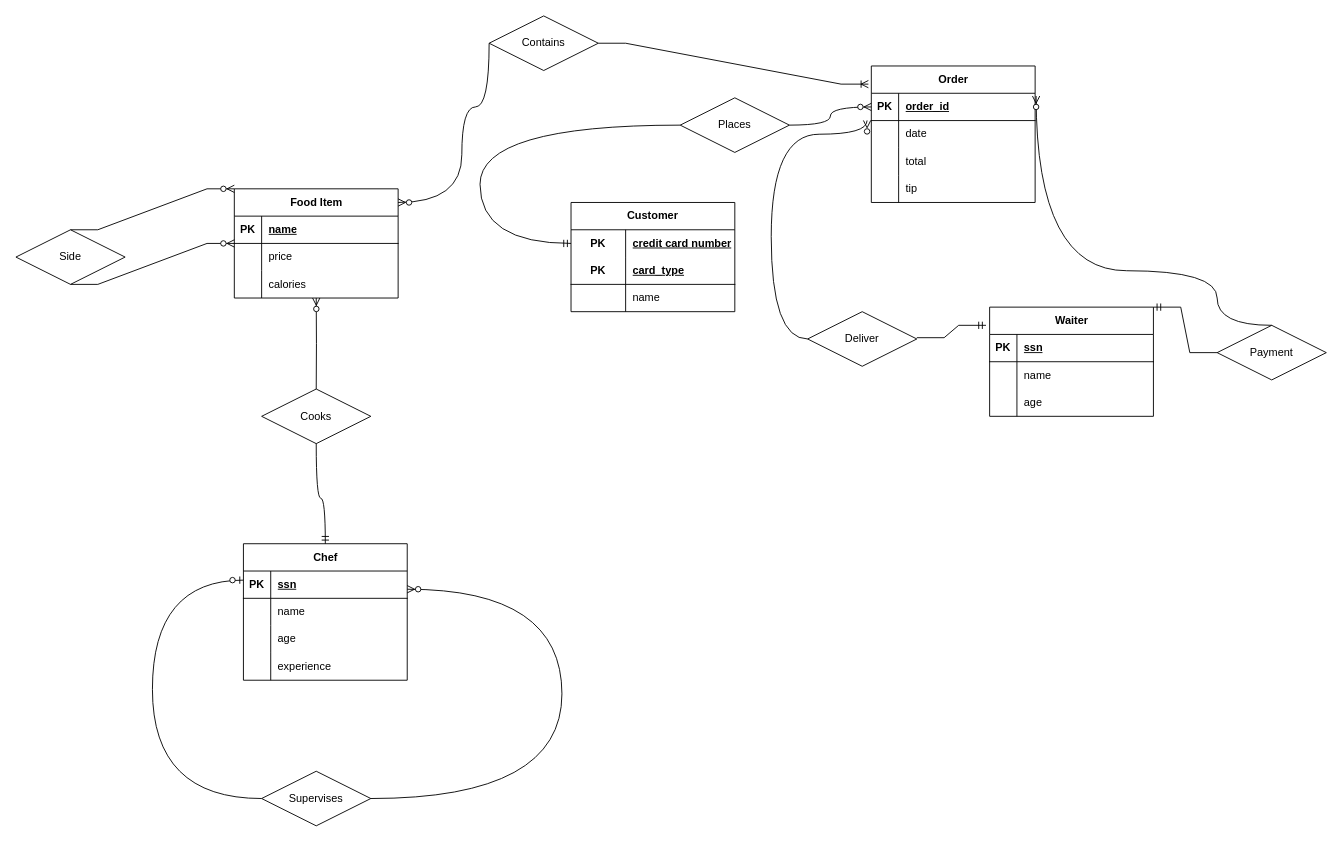
Above: page "Page-1" (1 of 6) of Untitled Diagram.drawio in devanshkhandelwal/cs348 (draw.io), before the change. Source tidied: cells renumbered, new cells numbered last; positions are measured from the earlier drawing's top-left corner, leaving out a move shared by most shapes. Both pictures are drawn from the tidied source at 91%, with x=0, y=0 at pixel (15, 15).
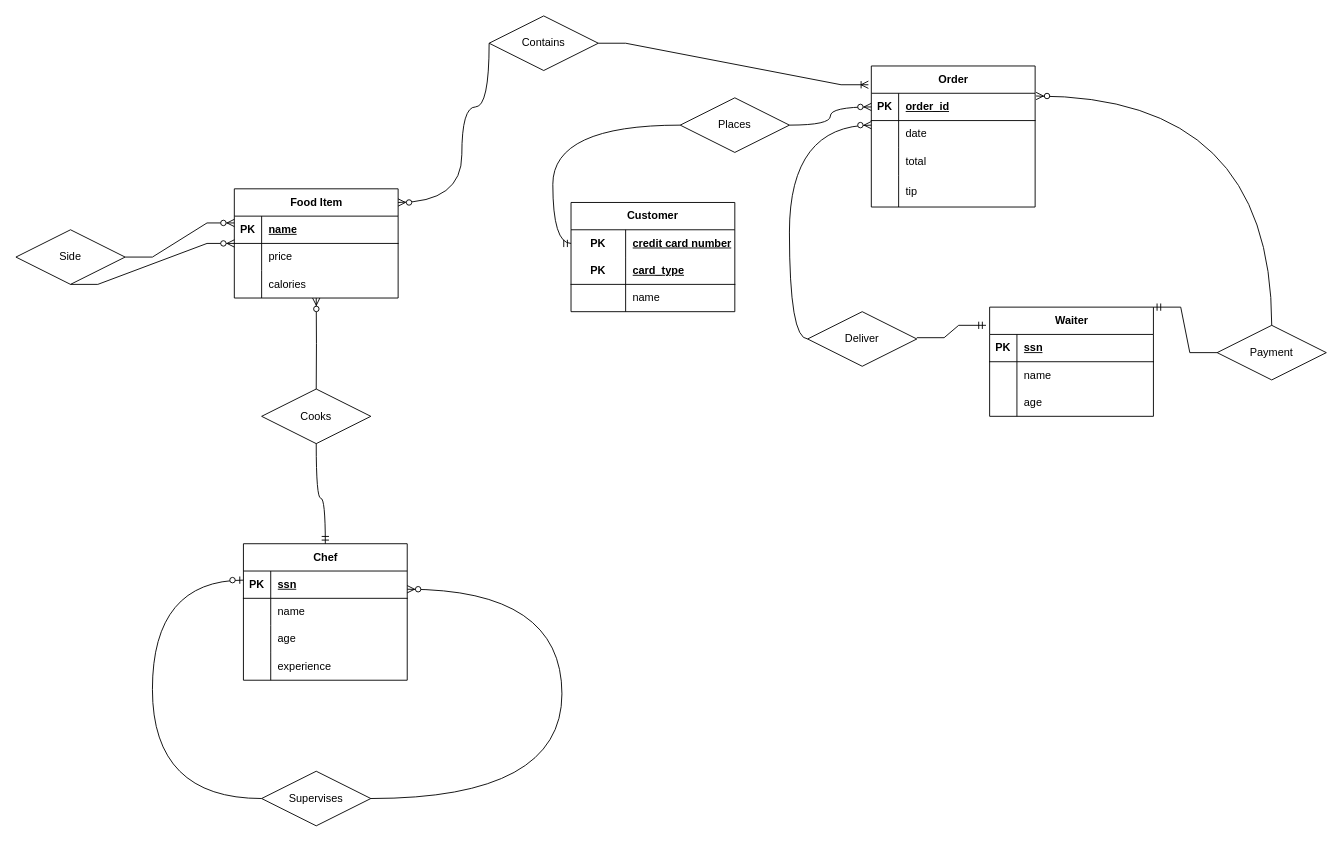
The same diagram, later.

Unchanged cells that the change refers to:
```xml
<mxCell id="13" style="shape=tableRow;horizontal=0;startSize=0;swimlaneHead=0;swimlaneBody=0;fillColor=none;points=[[0,0.5],[1,0.5]];portConstraint=eastwest;top=0;left=0;right=0;bottom=1;" parent="12" vertex="1">
  <mxGeometry y="30" width="180" height="30" as="geometry" />
</mxCell>
<mxCell id="16" style="shape=tableRow;horizontal=0;startSize=0;swimlaneHead=0;swimlaneBody=0;fillColor=none;points=[[0,0.5],[1,0.5]];portConstraint=eastwest;top=0;left=0;right=0;bottom=0;" parent="12" vertex="1">
  <mxGeometry y="60" width="180" height="30" as="geometry" />
</mxCell>
<mxCell id="48" value="Side" style="shape=rhombus;perimeter=rhombusPerimeter;whiteSpace=wrap;html=1;align=center;" parent="1" vertex="1">
  <mxGeometry y="235" width="120" height="60" as="geometry" />
</mxCell>
<mxCell id="49" value="Places" style="shape=rhombus;perimeter=rhombusPerimeter;whiteSpace=wrap;html=1;align=center;" parent="1" vertex="1">
  <mxGeometry x="730" y="90" width="120" height="60" as="geometry" />
</mxCell>
<mxCell id="51" value="Deliver" style="shape=rhombus;perimeter=rhombusPerimeter;whiteSpace=wrap;html=1;align=center;" parent="1" vertex="1">
  <mxGeometry x="870" y="325" width="120" height="60" as="geometry" />
</mxCell>
<mxCell id="52" value="Payment" style="shape=rhombus;perimeter=rhombusPerimeter;whiteSpace=wrap;html=1;align=center;" parent="1" vertex="1">
  <mxGeometry x="1320" y="340" width="120" height="60" as="geometry" />
</mxCell>
```

Diff of the diagram source:
```diff
@@
     <mxCell id="12" value="Order" style="shape=table;startSize=30;childLayout=tableLayout;rowLines=0;fontStyle=1;align=center;html=1;" parent="1" vertex="1">
-      <mxGeometry x="940" y="55" width="180" height="150" as="geometry" />
+      <mxGeometry x="940" y="55" width="180" height="155" as="geometry" />
     </mxCell>
@@
     <mxCell id="22" style="shape=tableRow;horizontal=0;startSize=0;swimlaneHead=0;swimlaneBody=0;fillColor=none;top=0;left=0;right=0;bottom=0;" parent="12" vertex="1">
-      <mxGeometry y="120" width="180" height="30" as="geometry" />
+      <mxGeometry y="120" width="180" height="35" as="geometry" />
     </mxCell>
     <mxCell id="23" style="shape=partialRectangle;fillColor=none;top=0;left=0;bottom=0;right=0;overflow=hidden;whiteSpace=wrap;html=1;" parent="22" vertex="1">
-      <mxGeometry width="30" height="30" as="geometry" />
+      <mxGeometry width="30" height="35" as="geometry" />
     </mxCell>
     <mxCell id="24" value="tip" style="shape=partialRectangle;fillColor=none;top=0;left=0;bottom=0;right=0;align=left;spacingLeft=6;overflow=hidden;whiteSpace=wrap;html=1;" parent="22" vertex="1">
-      <mxGeometry x="30" width="150" height="30" as="geometry" />
+      <mxGeometry x="30" width="150" height="35" as="geometry" />
     </mxCell>
@@
-    <mxCell id="63" style="edgeStyle=orthogonalEdgeStyle;fontSize=12;html=1;endArrow=ERzeroToMany;endFill=1;rounded=0;curved=1;entryX=-0.026;entryY=-0.003;entryDx=0;entryDy=0;exitX=0;exitY=0.5;exitDx=0;exitDy=0;entryPerimeter=0;" parent="1" edge="1" source="51" target="16">
+    <mxCell id="63" style="edgeStyle=orthogonalEdgeStyle;fontSize=12;html=1;endArrow=ERzeroToMany;endFill=1;rounded=0;curved=1;exitX=0;exitY=0.5;exitDx=0;exitDy=0;" parent="1" edge="1" source="51">
       <mxGeometry relative="1" as="geometry">
+        <mxPoint x="940" y="120" as="targetPoint" />
         <Array as="points">
-          <mxPoint x="830" y="355" />
-          <mxPoint x="830" y="130" />
-          <mxPoint x="935" y="130" />
+          <mxPoint x="850" y="355" />
+          <mxPoint x="850" y="120" />
         </Array>
       </mxGeometry>
     </mxCell>
     <mxCell id="64" style="edgeStyle=orthogonalEdgeStyle;fontSize=12;html=1;endArrow=ERzeroToMany;endFill=1;rounded=0;curved=1;exitX=0.5;exitY=0;exitDx=0;exitDy=0;entryX=1.006;entryY=0.1;entryDx=0;entryDy=0;entryPerimeter=0;" parent="1" edge="1" source="52" target="13">
       <mxGeometry relative="1" as="geometry">
         <Array as="points">
-          <mxPoint x="1320" y="340" />
-          <mxPoint x="1320" y="280" />
-          <mxPoint x="1121" y="280" />
+          <mxPoint x="1380" y="88" />
         </Array>
       </mxGeometry>
     </mxCell>
@@
     <mxCell id="69" style="edgeStyle=orthogonalEdgeStyle;fontSize=12;html=1;endArrow=ERmandOne;rounded=0;curved=1;exitX=0;exitY=0.5;exitDx=0;exitDy=0;" parent="1" edge="1" source="49">
       <mxGeometry relative="1" as="geometry">
         <mxPoint x="610" y="250" as="targetPoint" />
         <Array as="points">
-          <mxPoint x="510" y="120" />
-          <mxPoint x="510" y="250" />
+          <mxPoint x="590" y="120" />
+          <mxPoint x="590" y="250" />
         </Array>
       </mxGeometry>
     </mxCell>
@@
-    <mxCell id="74" style="edgeStyle=entityRelationEdgeStyle;fontSize=12;html=1;endArrow=ERzeroToMany;endFill=1;rounded=0;exitX=0.5;exitY=0;exitDx=0;exitDy=0;entryX=0;entryY=0;entryDx=0;entryDy=0;" parent="1" edge="1">
+    <mxCell id="74" style="edgeStyle=entityRelationEdgeStyle;fontSize=12;html=1;endArrow=ERzeroToMany;endFill=1;rounded=0;entryX=0;entryY=0;entryDx=0;entryDy=0;" parent="1" edge="1" source="48">
       <mxGeometry relative="1" as="geometry">
-        <mxPoint x="60" y="235" as="sourcePoint" />
-        <mxPoint x="240" y="190" as="targetPoint" />
+        <mxPoint x="240" y="227.5" as="targetPoint" />
         <Array as="points">
-          <mxPoint x="210" y="210" />
-          <mxPoint x="140" y="260" />
-          <mxPoint x="220" y="220" />
-          <mxPoint x="130" y="290" />
+          <mxPoint x="50" y="210" />
+          <mxPoint x="210" y="247.5" />
+          <mxPoint x="140" y="297.5" />
+          <mxPoint x="220" y="257.5" />
+          <mxPoint x="130" y="327.5" />
         </Array>
       </mxGeometry>
     </mxCell>
```
